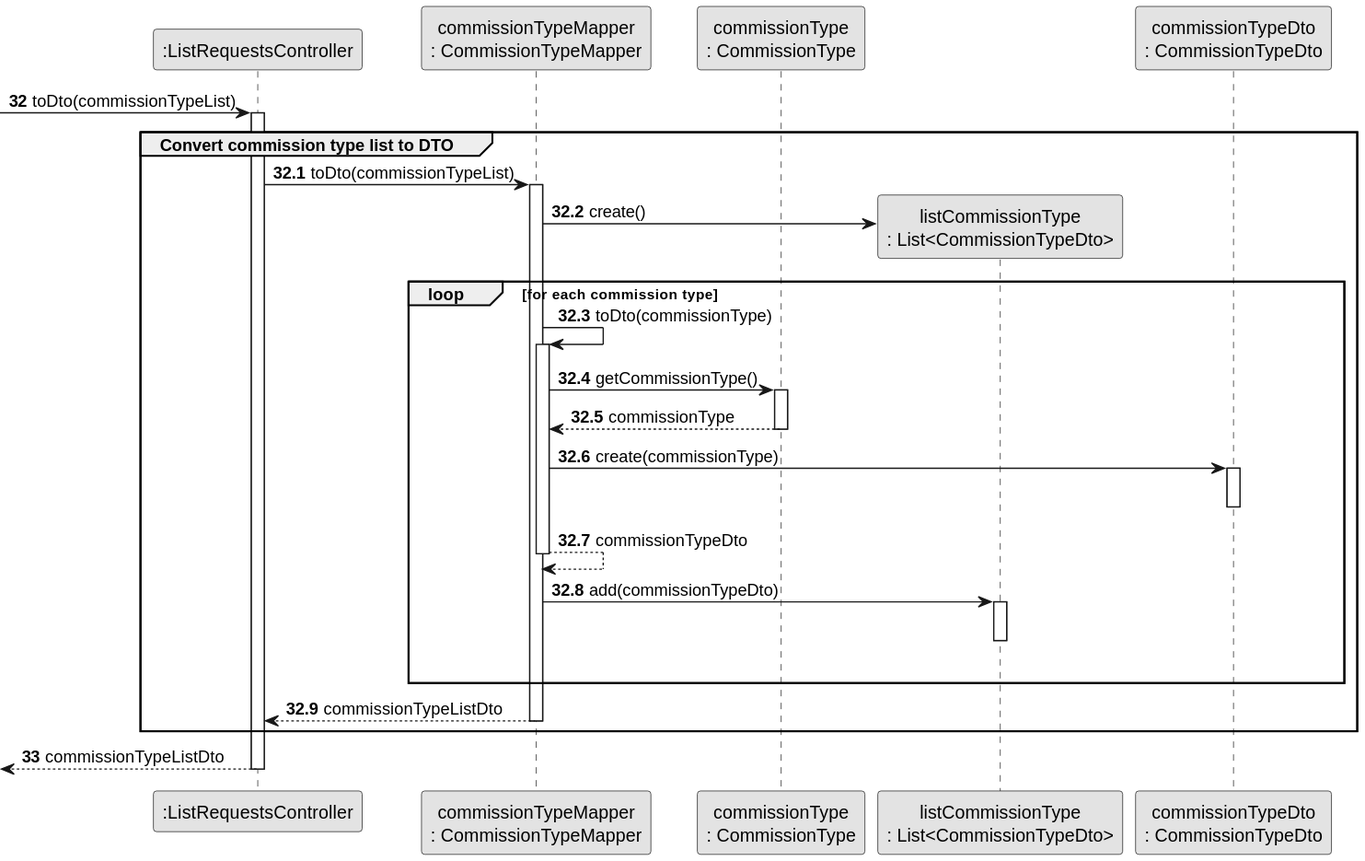
rita-barbosa/LAPR2-2223 keeps this PlantUML diagram as docs/sprintD/us008/03.design/svg/us008-sequence-diagram-partial-convert-commission-type-list-to-DTO.svg. Above is the earlier version.
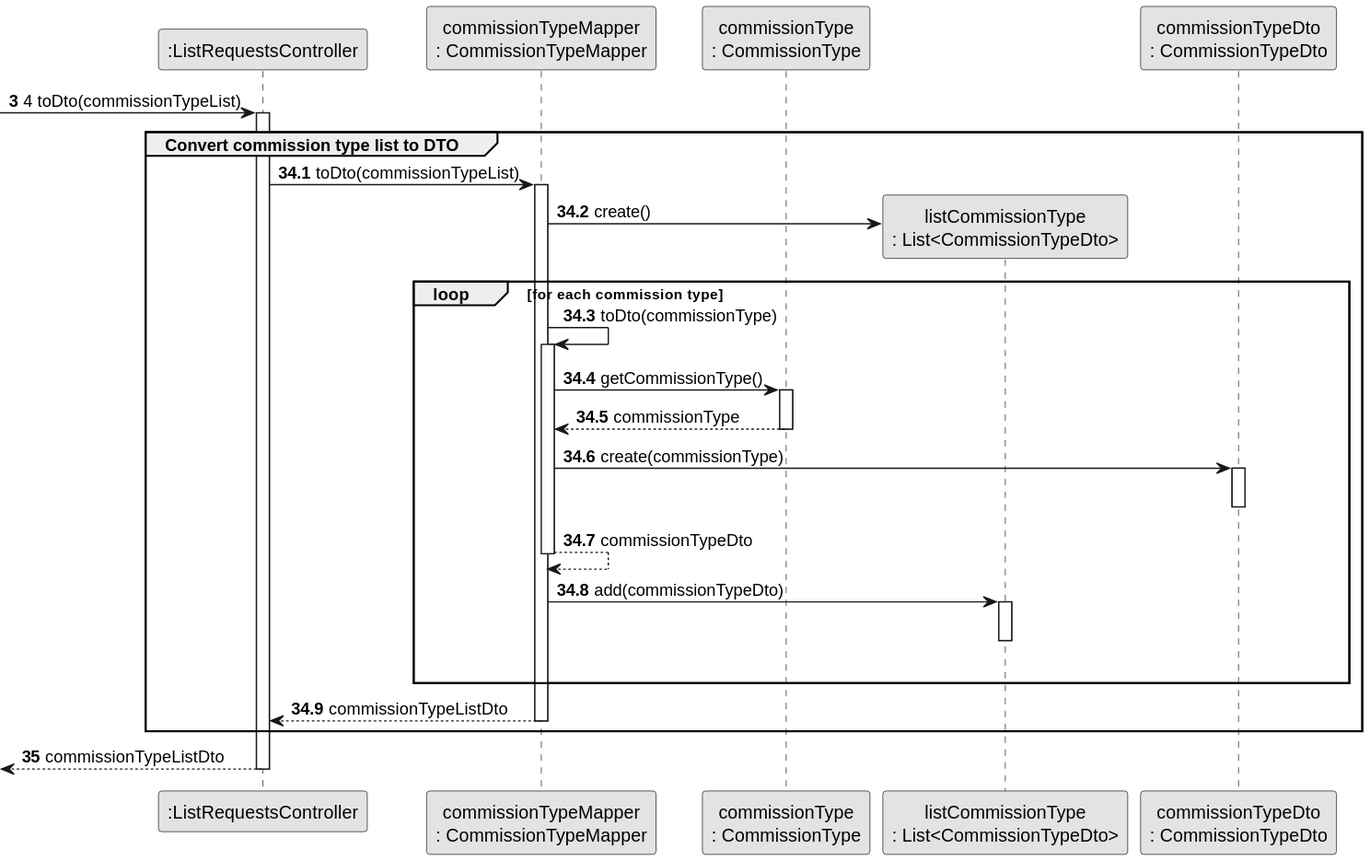
Above is the later version.

Diff of the diagram source:
```diff
@@ -10,13 +10,13 @@
 participant "listCommissionType\n: List<CommissionTypeDto>" as ComTypeList
 participant "commissionTypeDto\n: CommissionTypeDto" as ComTypeDto
 
-autonumber 32
-    -> CTRL: toDto(commissionTypeList)
+autonumber 3
+    -> CTRL:4 toDto(commissionTypeList)
     activate CTRL
 
 group Convert commission type list to DTO
 
-autonumber 32.1
+autonumber 34.1
 
 
     CTRL -> ComTypeMapper : toDto(commissionTypeList)
@@ -55,7 +55,7 @@
 
 
 end group
-autonumber 33
+autonumber 35
      <-- CTRL: commissionTypeListDto
      deactivate CTRL
 @enduml
```
